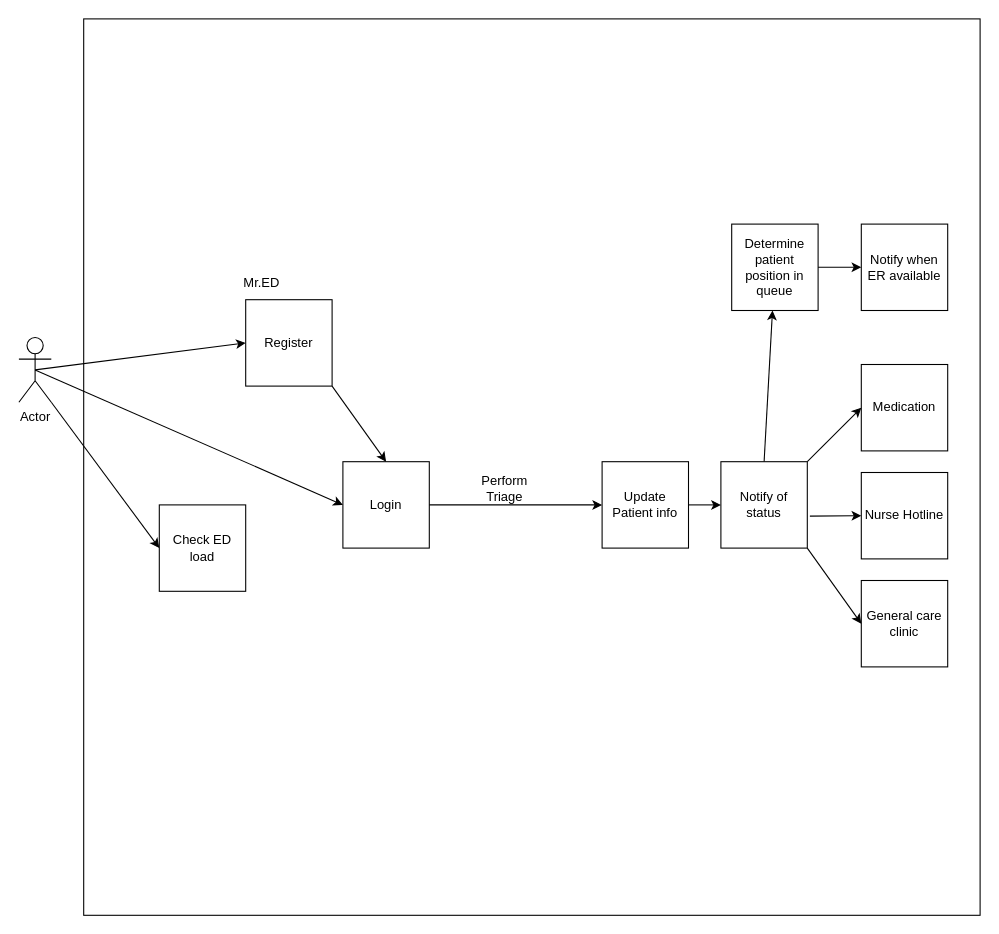
The draw.io diagram Roadmap.drawio in uvic-teach/project-m1-team8, before the edit. Source tidied: cells renumbered, new cells numbered last; positions are measured from the earlier drawing's top-left corner, leaving out a move shared by most shapes. Both pictures are drawn from the tidied source at 108%, with x=0, y=0 at pixel (18, 18).
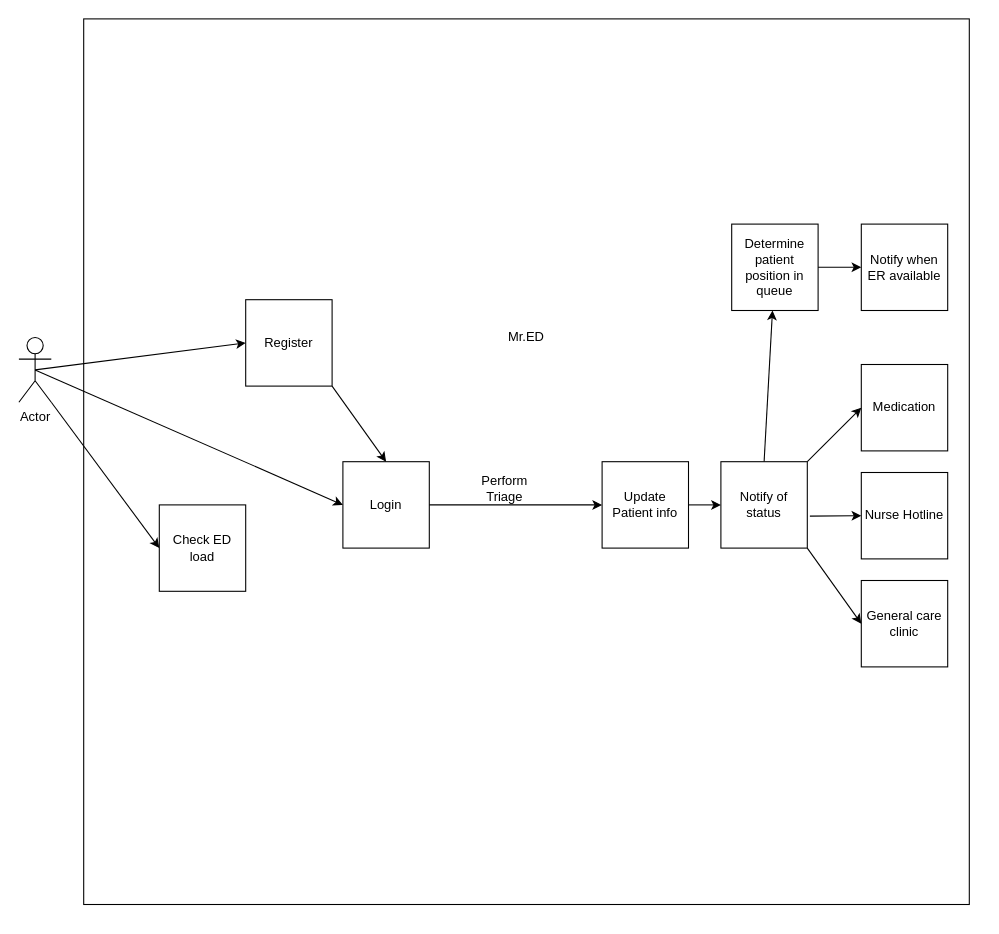
Above is the later version.

The edit, as a diff of the source:
```diff
@@
     <mxCell id="2" style="whiteSpace=wrap;html=1;" parent="1" vertex="1">
-      <mxGeometry x="60" width="830" height="830" as="geometry" />
+      <mxGeometry x="60" width="820" height="820" as="geometry" />
     </mxCell>
@@
     <mxCell id="4" value="Mr.ED" style="text;html=1;strokeColor=none;fillColor=none;align=center;verticalAlign=middle;whiteSpace=wrap;rounded=0;" parent="1" vertex="1">
-      <mxGeometry x="195" y="230" width="60" height="30" as="geometry" />
+      <mxGeometry x="440" y="280" width="60" height="30" as="geometry" />
     </mxCell>
@@
+    <mxCell id="27" style="edgeStyle=orthogonalEdgeStyle;rounded=0;orthogonalLoop=1;jettySize=auto;html=1;exitX=0.5;exitY=1;exitDx=0;exitDy=0;" parent="1" edge="1" source="2" target="2">
+      <mxGeometry relative="1" as="geometry" />
+    </mxCell>
```
